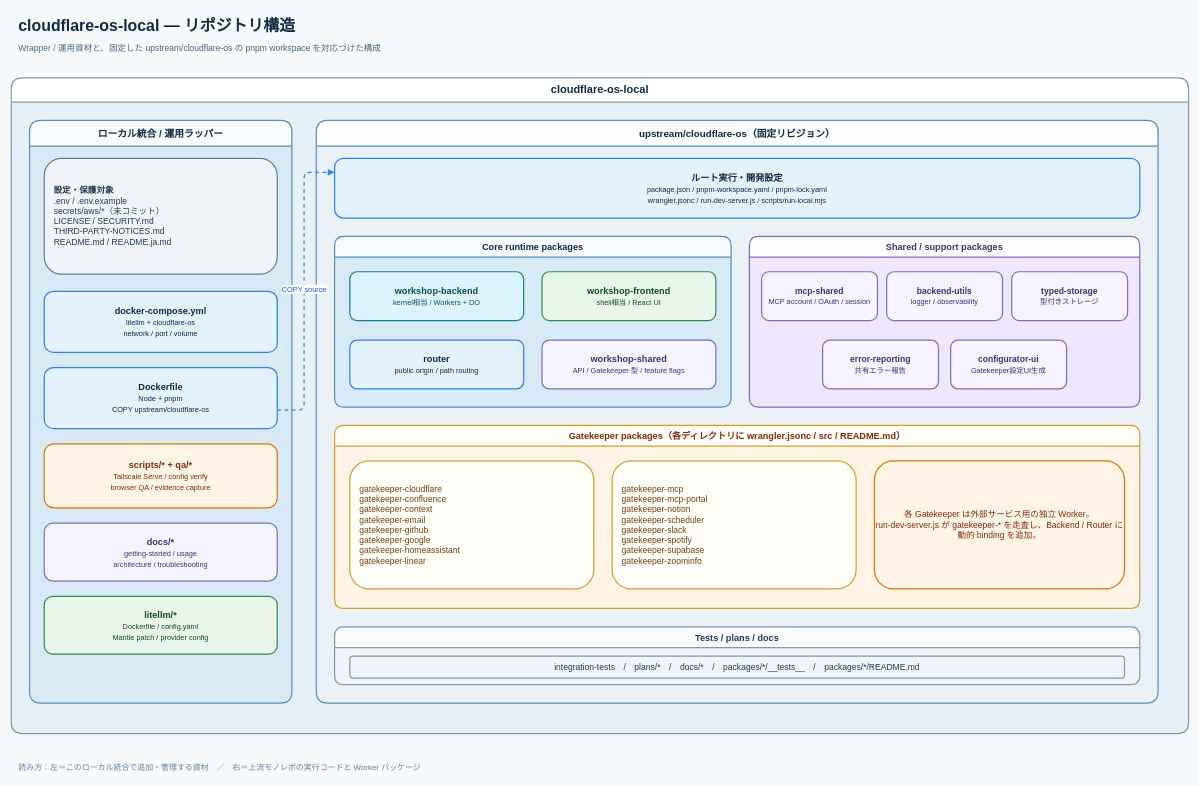
This is page "リポジトリ構造" (2 of 2) of docs/cloudflare-os-architecture.drawio from Sunwood-ai-labs/cloudflare-os-home, a draw.io file, before an edit. Source tidied: cells renumbered, new cells numbered last; positions are measured from the earlier drawing's top-left corner, leaving out a move shared by most shapes. Both pictures are drawn from the tidied source at 61%, with x=0, y=0 at pixel (11, 10).
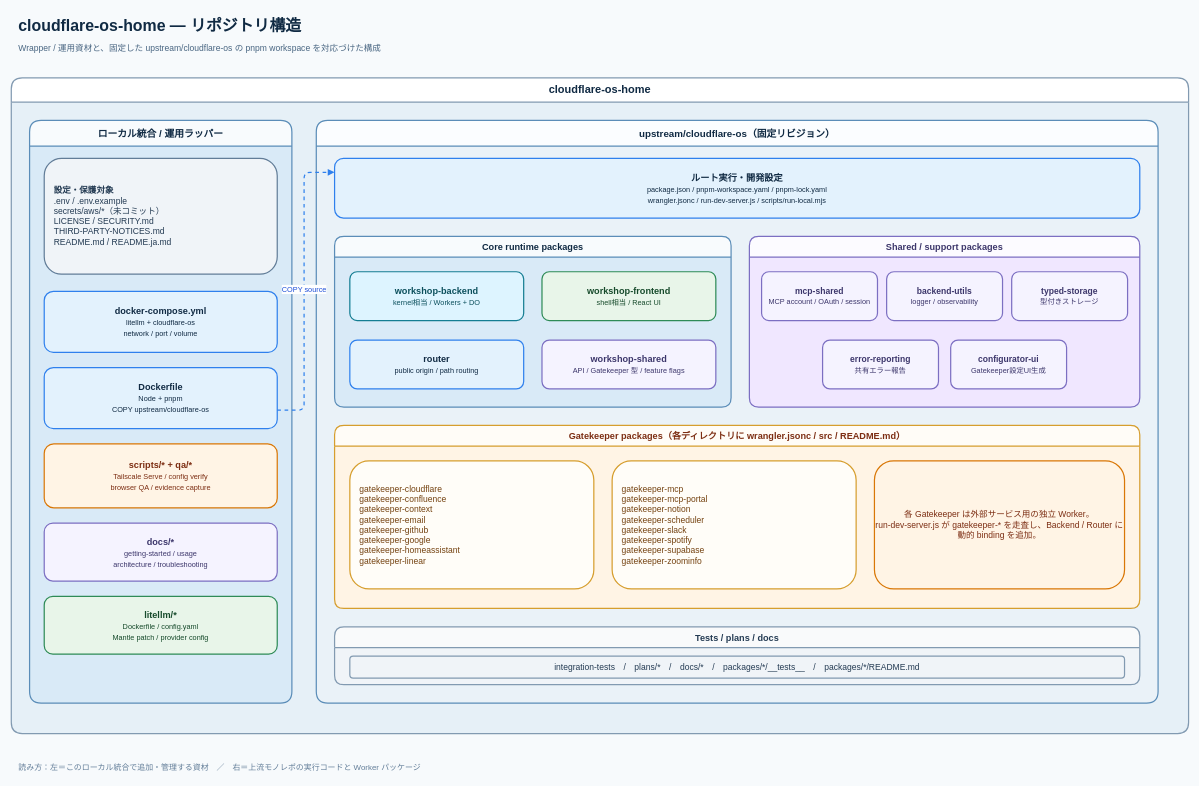
The same diagram, later.

Commit message (it also covers changes not shown here):
docs: rename diagram labels to cloudflare-os-home

Change to the diagram source:
```diff
@@
-    <mxCell id="2" value="cloudflare-os-local — リポジトリ構造" style="text;html=1;strokeColor=none;fillColor=none;align=left;verticalAlign=middle;fontSize=26;fontStyle=1;fontFamily=Noto Sans JP;fontColor=#102A43;" parent="1" vertex="1">
+    <mxCell id="2" value="cloudflare-os-home — リポジトリ構造" style="text;html=1;strokeColor=none;fillColor=none;align=left;verticalAlign=middle;fontSize=26;fontStyle=1;fontFamily=Noto Sans JP;fontColor=#102A43;" parent="1" vertex="1">
       <mxGeometry x="10" width="1900" height="48" as="geometry" />
     </mxCell>
@@
-    <mxCell id="4" value="cloudflare-os-local" style="swimlane;html=1;rounded=1;startSize=40;fillColor=#FFFFFF;swimlaneFillColor=#E6F0F7;strokeColor=#829AB1;strokeWidth=2;fontSize=18;fontStyle=1;fontFamily=Noto Sans JP;fontColor=#102A43;whiteSpace=wrap;" parent="1" vertex="1">
+    <mxCell id="4" value="cloudflare-os-home" style="swimlane;html=1;rounded=1;startSize=40;fillColor=#FFFFFF;swimlaneFillColor=#E6F0F7;strokeColor=#829AB1;strokeWidth=2;fontSize=18;fontStyle=1;fontFamily=Noto Sans JP;fontColor=#102A43;whiteSpace=wrap;" parent="1" vertex="1">
       <mxGeometry y="110" width="1930" height="1075" as="geometry" />
     </mxCell>
```
